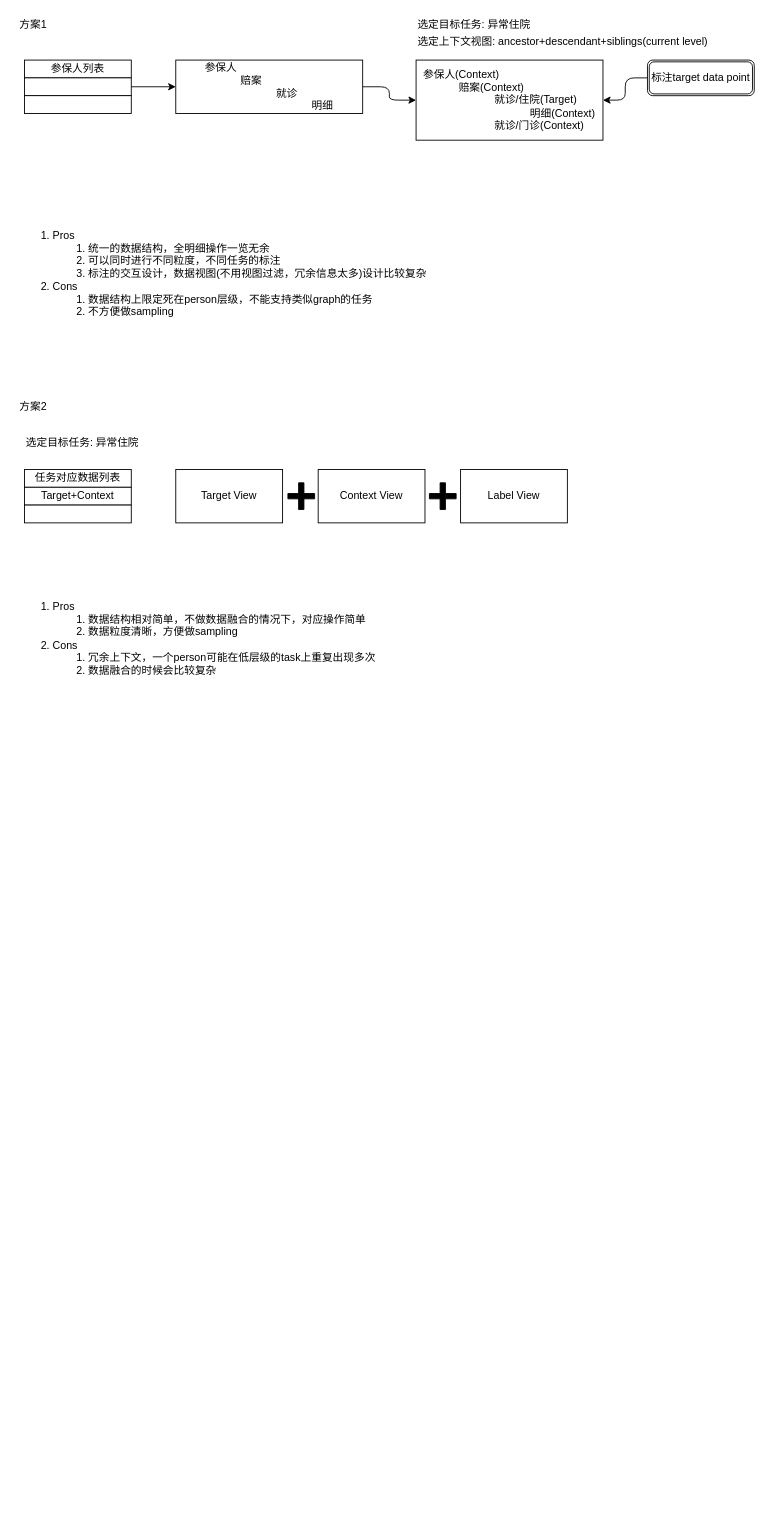
Above: 标注方案.drawio in XiaoLiuAI/diagrams (draw.io), before the change. Source tidied: cells renumbered, new cells numbered last; positions are measured from the earlier drawing's top-left corner, leaving out a move shared by most shapes. Both pictures are drawn from the tidied source at 89%, with x=0, y=0 at pixel (15, 15).
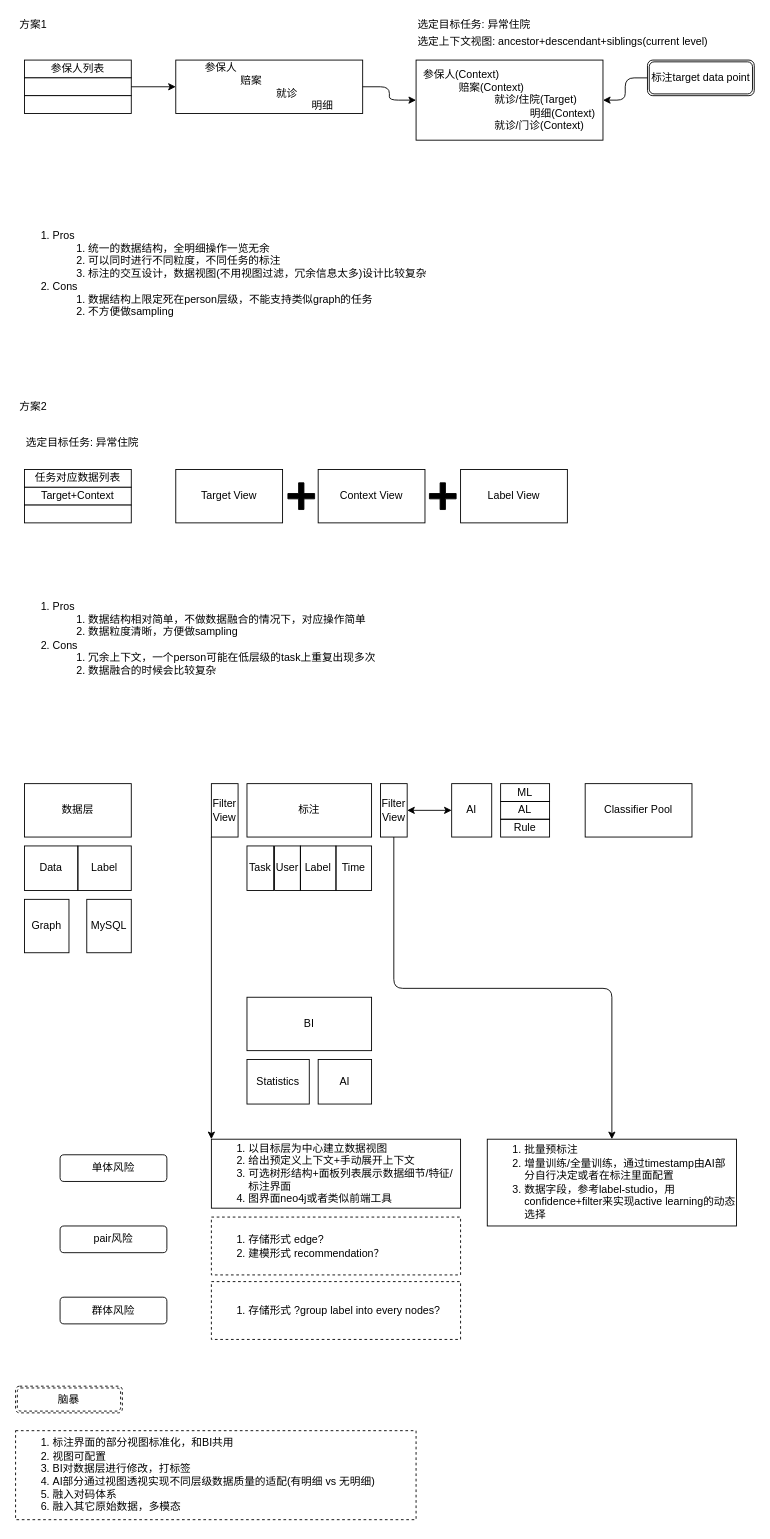
The same diagram, later.

Change to the diagram source:
```diff
@@
+    <mxCell id="26" value="数据层" style="rounded=0;whiteSpace=wrap;html=1;labelBackgroundColor=none;align=center;" parent="1" vertex="1">
+      <mxGeometry x="10" y="863" width="120" height="60" as="geometry" />
+    </mxCell>
+    <mxCell id="27" value="标注" style="rounded=0;whiteSpace=wrap;html=1;labelBackgroundColor=none;align=center;" parent="1" vertex="1">
+      <mxGeometry x="260" y="863" width="140" height="60" as="geometry" />
+    </mxCell>
+    <mxCell id="28" value="AI" style="rounded=0;whiteSpace=wrap;html=1;labelBackgroundColor=none;align=center;" parent="1" vertex="1">
+      <mxGeometry x="490" y="863" width="45" height="60" as="geometry" />
+    </mxCell>
+    <mxCell id="29" value="Classifier Pool" style="rounded=0;whiteSpace=wrap;html=1;labelBackgroundColor=none;align=center;" parent="1" vertex="1">
+      <mxGeometry x="640" y="863" width="120" height="60" as="geometry" />
+    </mxCell>
+    <mxCell id="30" value="Graph" style="rounded=0;whiteSpace=wrap;html=1;labelBackgroundColor=none;align=center;" parent="1" vertex="1">
+      <mxGeometry x="10" y="993" width="50" height="60" as="geometry" />
+    </mxCell>
+    <mxCell id="31" value="MySQL" style="rounded=0;whiteSpace=wrap;html=1;labelBackgroundColor=none;align=center;" parent="1" vertex="1">
+      <mxGeometry x="80" y="993" width="50" height="60" as="geometry" />
+    </mxCell>
+    <mxCell id="32" value="Data" style="rounded=0;whiteSpace=wrap;html=1;labelBackgroundColor=none;align=center;fillColor=none;" parent="1" vertex="1">
+      <mxGeometry x="10" y="933" width="60" height="50" as="geometry" />
+    </mxCell>
+    <mxCell id="33" value="Label" style="rounded=0;whiteSpace=wrap;html=1;labelBackgroundColor=none;align=center;fillColor=none;" parent="1" vertex="1">
+      <mxGeometry x="70" y="933" width="60" height="50" as="geometry" />
+    </mxCell>
+    <mxCell id="34" value="Task" style="rounded=0;whiteSpace=wrap;html=1;labelBackgroundColor=none;align=center;fillColor=none;" parent="1" vertex="1">
+      <mxGeometry x="260" y="933" width="30" height="50" as="geometry" />
+    </mxCell>
+    <mxCell id="35" value="User" style="rounded=0;whiteSpace=wrap;html=1;labelBackgroundColor=none;align=center;fillColor=none;" parent="1" vertex="1">
+      <mxGeometry x="291" y="933" width="29" height="50" as="geometry" />
+    </mxCell>
+    <mxCell id="36" value="Filter&lt;br&gt;View" style="rounded=0;whiteSpace=wrap;html=1;labelBackgroundColor=none;align=center;fillColor=none;" parent="1" vertex="1">
+      <mxGeometry x="220" y="863" width="30" height="60" as="geometry" />
+    </mxCell>
+    <mxCell id="37" value="Filter&lt;br&gt;View" style="rounded=0;whiteSpace=wrap;html=1;labelBackgroundColor=none;align=center;fillColor=none;" parent="1" vertex="1">
+      <mxGeometry x="410" y="863" width="30" height="60" as="geometry" />
+    </mxCell>
+    <mxCell id="38" value="Label" style="rounded=0;whiteSpace=wrap;html=1;labelBackgroundColor=none;align=center;fillColor=none;" parent="1" vertex="1">
+      <mxGeometry x="320" y="933" width="40" height="50" as="geometry" />
+    </mxCell>
+    <mxCell id="39" value="Time" style="rounded=0;whiteSpace=wrap;html=1;labelBackgroundColor=none;align=center;fillColor=none;" parent="1" vertex="1">
+      <mxGeometry x="360" y="933" width="40" height="50" as="geometry" />
+    </mxCell>
+    <mxCell id="40" value="BI" style="rounded=0;whiteSpace=wrap;html=1;labelBackgroundColor=none;align=center;" parent="1" vertex="1">
+      <mxGeometry x="260" y="1103" width="140" height="60" as="geometry" />
+    </mxCell>
+    <mxCell id="41" value="ML" style="rounded=0;whiteSpace=wrap;html=1;labelBackgroundColor=none;align=center;fillColor=none;" parent="1" vertex="1">
+      <mxGeometry x="545" y="863" width="55" height="20" as="geometry" />
+    </mxCell>
+    <mxCell id="42" value="AL" style="rounded=0;whiteSpace=wrap;html=1;labelBackgroundColor=none;align=center;fillColor=none;" parent="1" vertex="1">
+      <mxGeometry x="545" y="883" width="55" height="20" as="geometry" />
+    </mxCell>
+    <mxCell id="43" value="Rule" style="rounded=0;whiteSpace=wrap;html=1;labelBackgroundColor=none;align=center;fillColor=none;" parent="1" vertex="1">
+      <mxGeometry x="545" y="903" width="55" height="20" as="geometry" />
+    </mxCell>
+    <mxCell id="44" value="Statistics" style="rounded=0;whiteSpace=wrap;html=1;labelBackgroundColor=none;align=center;fillColor=none;" parent="1" vertex="1">
+      <mxGeometry x="260" y="1173" width="70" height="50" as="geometry" />
+    </mxCell>
+    <mxCell id="45" value="AI" style="rounded=0;whiteSpace=wrap;html=1;labelBackgroundColor=none;align=center;fillColor=none;" parent="1" vertex="1">
+      <mxGeometry x="340" y="1173" width="60" height="50" as="geometry" />
+    </mxCell>
+    <mxCell id="46" style="endArrow=classic;startArrow=classic;html=1;entryX=0;entryY=0.5;entryDx=0;entryDy=0;entryPerimeter=0;exitX=1;exitY=0.5;exitDx=0;exitDy=0;" parent="1" edge="1" source="37" target="28">
+      <mxGeometry relative="1" as="geometry" />
+    </mxCell>
+    <mxCell id="47" value="单体风险" style="rounded=1;whiteSpace=wrap;html=1;labelBackgroundColor=none;fillColor=none;align=center;" parent="1" vertex="1">
+      <mxGeometry x="50" y="1280" width="120" height="30" as="geometry" />
+    </mxCell>
+    <mxCell id="48" value="pair风险" style="rounded=1;whiteSpace=wrap;html=1;labelBackgroundColor=none;fillColor=none;align=center;" parent="1" vertex="1">
+      <mxGeometry x="50" y="1360" width="120" height="30" as="geometry" />
+    </mxCell>
+    <mxCell id="49" value="群体风险" style="rounded=1;whiteSpace=wrap;html=1;labelBackgroundColor=none;fillColor=none;align=center;" parent="1" vertex="1">
+      <mxGeometry x="50" y="1440" width="120" height="30" as="geometry" />
+    </mxCell>
+    <mxCell id="50" value="&lt;ol&gt;&lt;li&gt;以目标层为中心建立数据视图&lt;/li&gt;&lt;li&gt;给出预定义上下文+手动展开上下文&lt;/li&gt;&lt;li&gt;可选树形结构+面板列表展示数据细节/特征/标注界面&lt;/li&gt;&lt;li&gt;图界面neo4j或者类似前端工具&lt;/li&gt;&lt;/ol&gt;" style="text;html=1;fillColor=none;align=left;verticalAlign=middle;whiteSpace=wrap;rounded=0;labelBackgroundColor=none;strokeColor=#000000;" parent="1" vertex="1">
+      <mxGeometry x="220" y="1262.5" width="280" height="77.5" as="geometry" />
+    </mxCell>
+    <mxCell id="51" style="endArrow=classic;html=1;exitX=0;exitY=1;exitDx=0;exitDy=0;entryX=0;entryY=0;entryDx=0;entryDy=0;" parent="1" edge="1" source="36" target="50">
+      <mxGeometry relative="1" as="geometry" />
+    </mxCell>
+    <mxCell id="52" value="&lt;ol&gt;&lt;li&gt;批量预标注&lt;/li&gt;&lt;li&gt;增量训练/全量训练，通过timestamp由AI部分自行决定或者在标注里面配置&lt;/li&gt;&lt;li&gt;数据字段，参考label-studio，用confidence+filter来实现active learning的动态选择&lt;/li&gt;&lt;/ol&gt;" style="text;html=1;fillColor=none;align=left;verticalAlign=middle;whiteSpace=wrap;rounded=0;labelBackgroundColor=none;strokeColor=#000000;" parent="1" vertex="1">
+      <mxGeometry x="530" y="1262.5" width="280" height="97.5" as="geometry" />
+    </mxCell>
+    <mxCell id="53" style="edgeStyle=elbowEdgeStyle;elbow=vertical;endArrow=classic;html=1;exitX=0.5;exitY=1;exitDx=0;exitDy=0;" parent="1" edge="1" source="37" target="52">
+      <mxGeometry relative="1" as="geometry" />
+    </mxCell>
+    <mxCell id="54" value="&lt;ol&gt;&lt;li&gt;存储形式 edge?&lt;/li&gt;&lt;li&gt;建模形式 recommendation？&lt;/li&gt;&lt;/ol&gt;" style="text;html=1;fillColor=none;align=left;verticalAlign=middle;whiteSpace=wrap;rounded=0;labelBackgroundColor=none;strokeColor=#000000;dashed=1;" parent="1" vertex="1">
+      <mxGeometry x="220" y="1350" width="280" height="65" as="geometry" />
+    </mxCell>
+    <mxCell id="55" value="&lt;ol&gt;&lt;li&gt;存储形式 ?group label into every nodes?&lt;/li&gt;&lt;/ol&gt;" style="text;html=1;fillColor=none;align=left;verticalAlign=middle;whiteSpace=wrap;rounded=0;labelBackgroundColor=none;strokeColor=#000000;dashed=1;" parent="1" vertex="1">
+      <mxGeometry x="220" y="1422.5" width="280" height="65" as="geometry" />
+    </mxCell>
+    <mxCell id="56" value="脑暴" style="shape=ext;double=1;rounded=1;whiteSpace=wrap;html=1;dashed=1;labelBackgroundColor=none;strokeColor=#000000;fillColor=none;align=center;" parent="1" vertex="1">
+      <mxGeometry y="1540" width="120" height="30" as="geometry" />
+    </mxCell>
+    <mxCell id="57" value="&lt;ol&gt;&lt;li&gt;标注界面的部分视图标准化，和BI共用&lt;/li&gt;&lt;li&gt;视图可配置&lt;br&gt;&lt;/li&gt;&lt;li&gt;BI对数据层进行修改，打标签&lt;/li&gt;&lt;li&gt;AI部分通过视图透视实现不同层级数据质量的适配(有明细 vs 无明细)&lt;/li&gt;&lt;li&gt;融入对码体系&lt;/li&gt;&lt;li&gt;融入其它原始数据，多模态&lt;/li&gt;&lt;/ol&gt;" style="text;html=1;fillColor=none;align=left;verticalAlign=middle;whiteSpace=wrap;rounded=0;labelBackgroundColor=none;strokeColor=#000000;dashed=1;" parent="1" vertex="1">
+      <mxGeometry y="1590" width="450" height="100" as="geometry" />
+    </mxCell>
```
